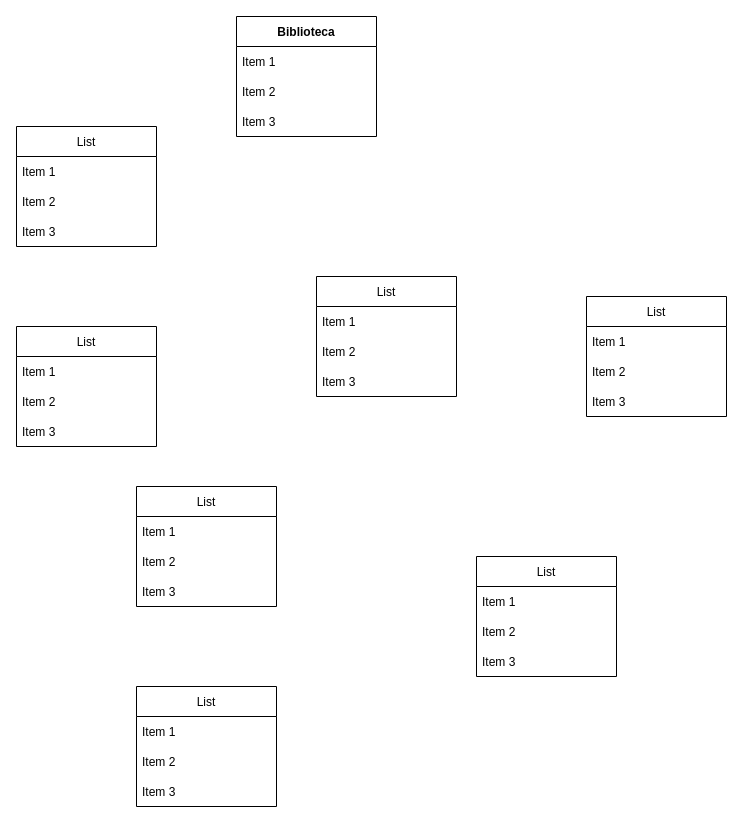
Earlier version of the draw.io diagram Ejercicio 17.drawio (ESTHERRODRIGUEZGARCIA/TrabajoGrupal1-EDA). Source tidied: cells renumbered, new cells numbered last; positions are measured from the earlier drawing's top-left corner, leaving out a move shared by most shapes. Both pictures are drawn from the tidied source at 100%, with x=0, y=0 at pixel (16, 16).
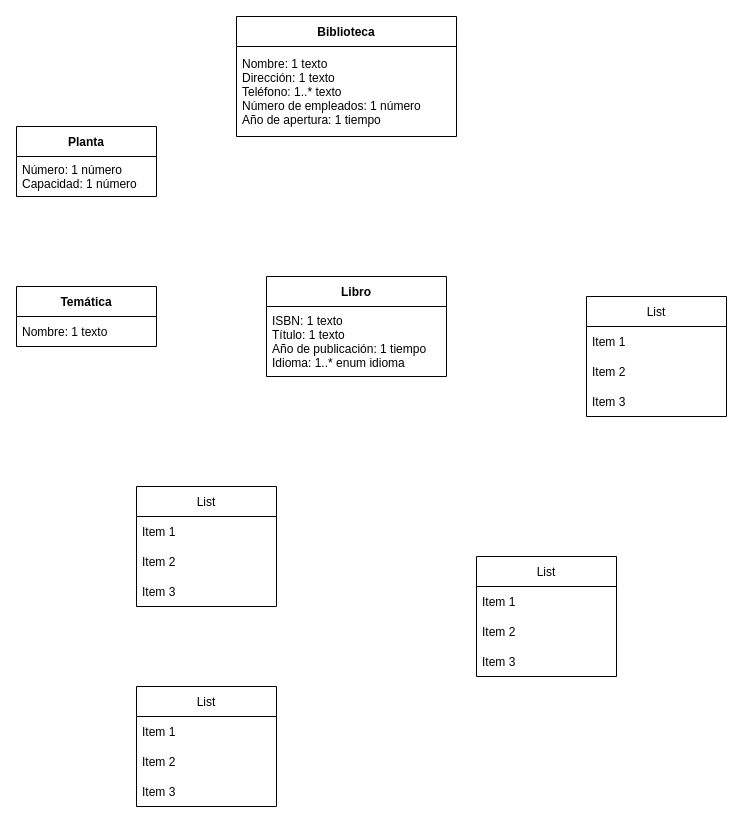
Above is the later version.

The edit, as a diff of the source:
```diff
@@
     <mxCell id="2" value="Biblioteca" style="swimlane;fontStyle=1;horizontal=1;startSize=30;" parent="1" vertex="1">
-      <mxGeometry x="220" width="140" height="120" as="geometry" />
+      <mxGeometry x="220" width="220" height="120" as="geometry" />
     </mxCell>
-    <mxCell id="3" value="Item 1" style="text;strokeColor=none;fillColor=none;align=left;verticalAlign=middle;spacingLeft=4;spacingRight=4;overflow=hidden;" parent="2" vertex="1">
-      <mxGeometry y="30" width="140" height="30" as="geometry" />
+    <mxCell id="3" value="Nombre: 1 texto&#10;Dirección: 1 texto&#10;Teléfono: 1..* texto&#10;Número de empleados: 1 número&#10;Año de apertura: 1 tiempo" style="text;strokeColor=none;fillColor=none;align=left;verticalAlign=middle;spacingLeft=4;spacingRight=4;overflow=hidden;" parent="2" vertex="1">
+      <mxGeometry y="30" width="220" height="90" as="geometry" />
     </mxCell>
-    <mxCell id="4" value="Item 2" style="text;strokeColor=none;fillColor=none;align=left;verticalAlign=middle;spacingLeft=4;spacingRight=4;overflow=hidden;" parent="2" vertex="1">
-      <mxGeometry y="60" width="140" height="30" as="geometry" />
-    </mxCell>
-    <mxCell id="5" value="Item 3" style="text;strokeColor=none;fillColor=none;align=left;verticalAlign=middle;spacingLeft=4;spacingRight=4;overflow=hidden;" parent="2" vertex="1">
-      <mxGeometry y="90" width="140" height="30" as="geometry" />
-    </mxCell>
-    <mxCell id="6" value="List" style="swimlane;fontStyle=0;horizontal=1;startSize=30;" parent="1" vertex="1">
-      <mxGeometry y="110" width="140" height="120" as="geometry" />
+    <mxCell id="6" value="Planta" style="swimlane;fontStyle=1;horizontal=1;startSize=30;" parent="1" vertex="1">
+      <mxGeometry y="110" width="140" height="70" as="geometry" />
     </mxCell>
-    <mxCell id="7" value="Item 1" style="text;strokeColor=none;fillColor=none;align=left;verticalAlign=middle;spacingLeft=4;spacingRight=4;overflow=hidden;" parent="6" vertex="1">
-      <mxGeometry y="30" width="140" height="30" as="geometry" />
+    <mxCell id="7" value="Número: 1 número&#10;Capacidad: 1 número" style="text;strokeColor=none;fillColor=none;align=left;verticalAlign=middle;spacingLeft=4;spacingRight=4;overflow=hidden;" parent="6" vertex="1">
+      <mxGeometry y="30" width="140" height="40" as="geometry" />
     </mxCell>
-    <mxCell id="8" value="Item 2" style="text;strokeColor=none;fillColor=none;align=left;verticalAlign=middle;spacingLeft=4;spacingRight=4;overflow=hidden;" parent="6" vertex="1">
-      <mxGeometry y="60" width="140" height="30" as="geometry" />
-    </mxCell>
-    <mxCell id="9" value="Item 3" style="text;strokeColor=none;fillColor=none;align=left;verticalAlign=middle;spacingLeft=4;spacingRight=4;overflow=hidden;" parent="6" vertex="1">
-      <mxGeometry y="90" width="140" height="30" as="geometry" />
-    </mxCell>
-    <mxCell id="10" value="List" style="swimlane;fontStyle=0;horizontal=1;startSize=30;" parent="1" vertex="1">
-      <mxGeometry y="310" width="140" height="120" as="geometry" />
+    <mxCell id="10" value="Temática" style="swimlane;fontStyle=1;horizontal=1;startSize=30;" parent="1" vertex="1">
+      <mxGeometry y="270" width="140" height="60" as="geometry" />
     </mxCell>
-    <mxCell id="11" value="Item 1" style="text;strokeColor=none;fillColor=none;align=left;verticalAlign=middle;spacingLeft=4;spacingRight=4;overflow=hidden;" parent="10" vertex="1">
+    <mxCell id="11" value="Nombre: 1 texto" style="text;strokeColor=none;fillColor=none;align=left;verticalAlign=middle;spacingLeft=4;spacingRight=4;overflow=hidden;" parent="10" vertex="1">
       <mxGeometry y="30" width="140" height="30" as="geometry" />
     </mxCell>
-    <mxCell id="12" value="Item 2" style="text;strokeColor=none;fillColor=none;align=left;verticalAlign=middle;spacingLeft=4;spacingRight=4;overflow=hidden;" parent="10" vertex="1">
-      <mxGeometry y="60" width="140" height="30" as="geometry" />
-    </mxCell>
-    <mxCell id="13" value="Item 3" style="text;strokeColor=none;fillColor=none;align=left;verticalAlign=middle;spacingLeft=4;spacingRight=4;overflow=hidden;" parent="10" vertex="1">
-      <mxGeometry y="90" width="140" height="30" as="geometry" />
-    </mxCell>
-    <mxCell id="14" value="List" style="swimlane;fontStyle=0;horizontal=1;startSize=30;" parent="1" vertex="1">
-      <mxGeometry x="300" y="260" width="140" height="120" as="geometry" />
+    <mxCell id="14" value="Libro" style="swimlane;fontStyle=1;horizontal=1;startSize=30;" parent="1" vertex="1">
+      <mxGeometry x="250" y="260" width="180" height="100" as="geometry" />
     </mxCell>
-    <mxCell id="15" value="Item 1" style="text;strokeColor=none;fillColor=none;align=left;verticalAlign=middle;spacingLeft=4;spacingRight=4;overflow=hidden;" parent="14" vertex="1">
-      <mxGeometry y="30" width="140" height="30" as="geometry" />
+    <mxCell id="15" value="ISBN: 1 texto&#10;Título: 1 texto&#10;Año de publicación: 1 tiempo&#10;Idioma: 1..* enum idioma" style="text;strokeColor=none;fillColor=none;align=left;verticalAlign=middle;spacingLeft=4;spacingRight=4;overflow=hidden;" parent="14" vertex="1">
+      <mxGeometry y="30" width="180" height="70" as="geometry" />
     </mxCell>
-    <mxCell id="16" value="Item 2" style="text;strokeColor=none;fillColor=none;align=left;verticalAlign=middle;spacingLeft=4;spacingRight=4;overflow=hidden;" parent="14" vertex="1">
-      <mxGeometry y="60" width="140" height="30" as="geometry" />
-    </mxCell>
-    <mxCell id="17" value="Item 3" style="text;strokeColor=none;fillColor=none;align=left;verticalAlign=middle;spacingLeft=4;spacingRight=4;overflow=hidden;" parent="14" vertex="1">
-      <mxGeometry y="90" width="140" height="30" as="geometry" />
-    </mxCell>
```
